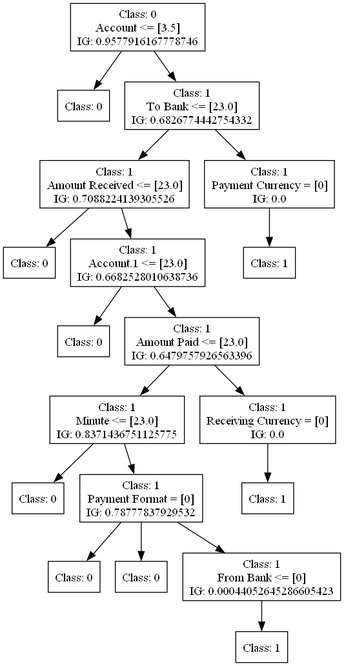
The Graphviz diagram dot_figs/tree-c45-oversampling.png in FedericoBruzzone/anti-money-laundering, before a commit. Its source is kept beside it as dot_figs/tree-c45-oversampling.dot. Its diagram source:
```dot
digraph DecisionTree {
	rankdir=TD;
	node [shape=box];
	2544059030336 [label="Class: 0
Account <= [3.5]
IG: 0.9577916167778746"];
	2544095765376 [label="Class: 0
"];
	2544059030336 -> 2544095765376;
	2544095765808 [label="Class: 1
To Bank <= [23.0]
IG: 0.6826774442754332"];
	2544059030336 -> 2544095765808;
	2544095769120 [label="Class: 1
Amount Received <= [23.0]
IG: 0.7088224139305526"];
	2544095765808 -> 2544095769120;
	2544095771424 [label="Class: 0
"];
	2544095769120 -> 2544095771424;
	2544095761248 [label="Class: 1
Account.1 <= [23.0]
IG: 0.6682528010638736"];
	2544095769120 -> 2544095761248;
	2544194997600 [label="Class: 0
"];
	2544095761248 -> 2544194997600;
	2544194998032 [label="Class: 1
Amount Paid <= [23.0]
IG: 0.6479757926563396"];
	2544095761248 -> 2544194998032;
	2544195000816 [label="Class: 1
Minute <= [23.0]
IG: 0.8371436751125775"];
	2544194998032 -> 2544195000816;
	2544195003600 [label="Class: 0
"];
	2544195000816 -> 2544195003600;
	2544195004032 [label="Class: 1
Payment Format = [0]
IG: 0.78777837929532"];
	2544195000816 -> 2544195004032;
	2544059038064 [label="Class: 0
"];
	2544195004032 -> 2544059038064;
	2544059039360 [label="Class: 0
"];
	2544195004032 -> 2544059039360;
	2544059033888 [label="Class: 1
From Bank <= [0]
IG: 0.00044052645286605423"];
	2544195004032 -> 2544059033888;
	2544095760240 [label="Class: 1
"];
	2544059033888 -> 2544095760240;
	2544195001248 [label="Class: 1
Receiving Currency = [0]
IG: 0.0"];
	2544194998032 -> 2544195001248;
	2544095763696 [label="Class: 1
"];
	2544195001248 -> 2544095763696;
	2544095769552 [label="Class: 1
Payment Currency = [0]
IG: 0.0"];
	2544095765808 -> 2544095769552;
	2544095763888 [label="Class: 1
"];
	2544095769552 -> 2544095763888;
}
```
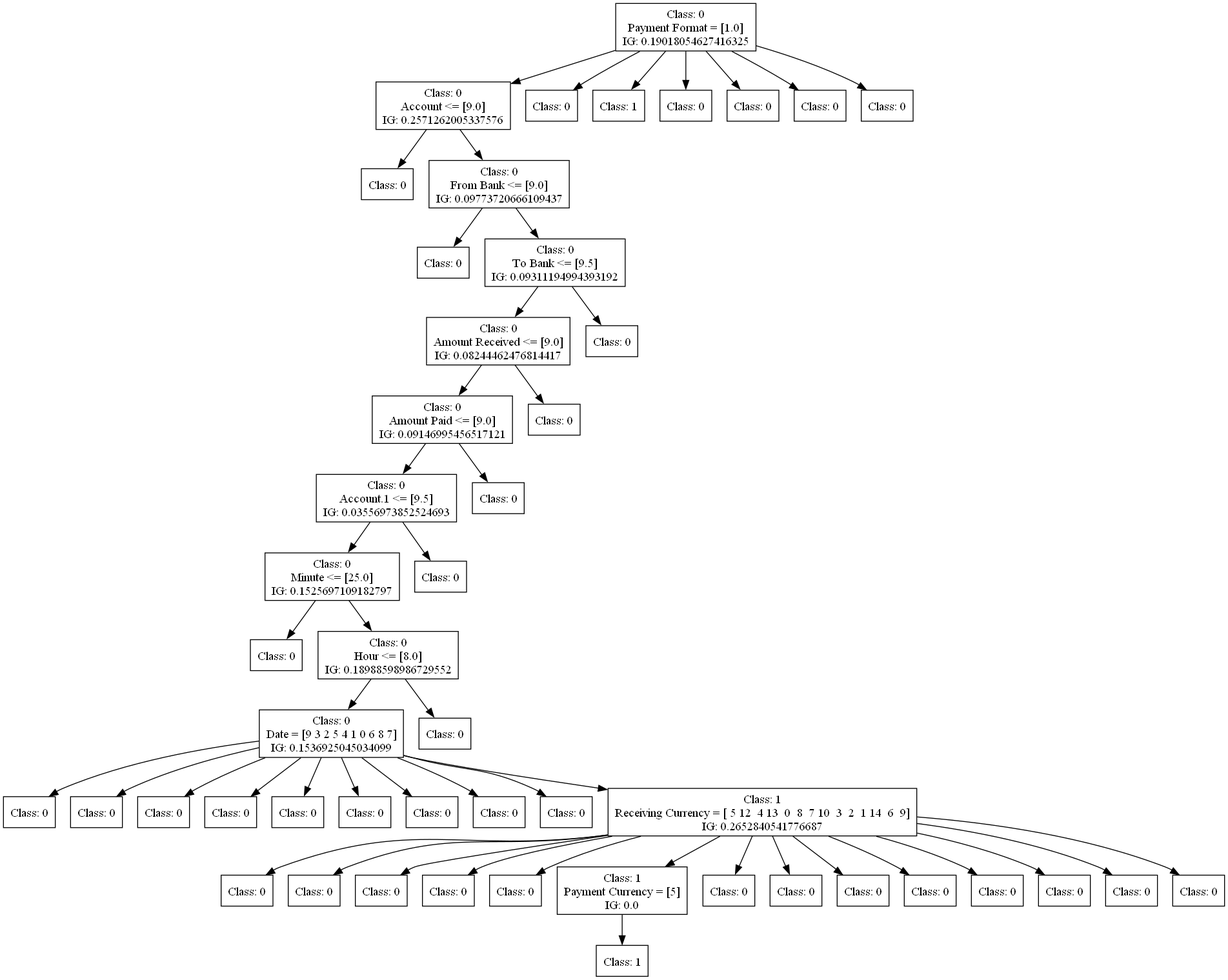
Later version of the same file.

Diff of the diagram source:
```diff
@@ -1,70 +1,162 @@
 digraph DecisionTree {
 	rankdir=TD;
 	node [shape=box];
-	2544059030336 [label="Class: 0
-Account <= [3.5]
-IG: 0.9577916167778746"];
-	2544095765376 [label="Class: 0
+	1901687963952 [label="Class: 0
+Payment Format = [1.0]
+IG: 0.19018054627416325"];
+	1901687692960 [label="Class: 0
+Account <= [9.0]
+IG: 0.2571262005337576"];
+	1901687963952 -> 1901687692960;
+	1901687693440 [label="Class: 0
 "];
-	2544059030336 -> 2544095765376;
-	2544095765808 [label="Class: 1
-To Bank <= [23.0]
-IG: 0.6826774442754332"];
-	2544059030336 -> 2544095765808;
-	2544095769120 [label="Class: 1
-Amount Received <= [23.0]
-IG: 0.7088224139305526"];
-	2544095765808 -> 2544095769120;
-	2544095771424 [label="Class: 0
+	1901687692960 -> 1901687693440;
+	1901687693872 [label="Class: 0
+From Bank <= [9.0]
+IG: 0.09773720666109437"];
+	1901687692960 -> 1901687693872;
+	1901687693584 [label="Class: 0
 "];
-	2544095769120 -> 2544095771424;
-	2544095761248 [label="Class: 1
-Account.1 <= [23.0]
-IG: 0.6682528010638736"];
-	2544095769120 -> 2544095761248;
-	2544194997600 [label="Class: 0
+	1901687693872 -> 1901687693584;
+	1901687694064 [label="Class: 0
+To Bank <= [9.5]
+IG: 0.09311194994393192"];
+	1901687693872 -> 1901687694064;
+	1901687693104 [label="Class: 0
+Amount Received <= [9.0]
+IG: 0.08244462476814417"];
+	1901687694064 -> 1901687693104;
+	1901687693056 [label="Class: 0
+Amount Paid <= [9.0]
+IG: 0.09146995456517121"];
+	1901687693104 -> 1901687693056;
+	1901687692384 [label="Class: 0
+Account.1 <= [9.5]
+IG: 0.03556973852524693"];
+	1901687693056 -> 1901687692384;
+	1901687691760 [label="Class: 0
+Minute <= [25.0]
+IG: 0.1525697109182797"];
+	1901687692384 -> 1901687691760;
+	1901687692048 [label="Class: 0
 "];
-	2544095761248 -> 2544194997600;
-	2544194998032 [label="Class: 1
-Amount Paid <= [23.0]
-IG: 0.6479757926563396"];
-	2544095761248 -> 2544194998032;
-	2544195000816 [label="Class: 1
-Minute <= [23.0]
-IG: 0.8371436751125775"];
-	2544194998032 -> 2544195000816;
-	2544195003600 [label="Class: 0
+	1901687691760 -> 1901687692048;
+	1901687700640 [label="Class: 0
+Hour <= [8.0]
+IG: 0.18988598986729552"];
+	1901687691760 -> 1901687700640;
+	1901687692624 [label="Class: 0
+Date = [9 3 2 5 4 1 0 6 8 7]
+IG: 0.1536925045034099"];
+	1901687700640 -> 1901687692624;
+	1901687700928 [label="Class: 0
 "];
-	2544195000816 -> 2544195003600;
-	2544195004032 [label="Class: 1
-Payment Format = [0]
-IG: 0.78777837929532"];
-	2544195000816 -> 2544195004032;
-	2544059038064 [label="Class: 0
+	1901687692624 -> 1901687700928;
+	1901687692144 [label="Class: 0
 "];
-	2544195004032 -> 2544059038064;
-	2544059039360 [label="Class: 0
+	1901687692624 -> 1901687692144;
+	1901687701072 [label="Class: 0
 "];
-	2544195004032 -> 2544059039360;
-	2544059033888 [label="Class: 1
-From Bank <= [0]
-IG: 0.00044052645286605423"];
-	2544195004032 -> 2544059033888;
-	2544095760240 [label="Class: 1
+	1901687692624 -> 1901687701072;
+	1901687700736 [label="Class: 0
 "];
-	2544059033888 -> 2544095760240;
-	2544195001248 [label="Class: 1
-Receiving Currency = [0]
+	1901687692624 -> 1901687700736;
+	1901687693968 [label="Class: 0
+"];
+	1901687692624 -> 1901687693968;
+	1901687693488 [label="Class: 0
+"];
+	1901687692624 -> 1901687693488;
+	1901687692576 [label="Class: 0
+"];
+	1901687692624 -> 1901687692576;
+	1901687701312 [label="Class: 0
+"];
+	1901687692624 -> 1901687701312;
+	1901687694016 [label="Class: 0
+"];
+	1901687692624 -> 1901687694016;
+	1901687694112 [label="Class: 1
+Receiving Currency = [ 5 12  4 13  0  8  7 10  3  2  1 14  6  9]
+IG: 0.2652840541776687"];
+	1901687692624 -> 1901687694112;
+	1901687700064 [label="Class: 0
+"];
+	1901687694112 -> 1901687700064;
+	1901687693728 [label="Class: 0
+"];
+	1901687694112 -> 1901687693728;
+	1901687692336 [label="Class: 0
+"];
+	1901687694112 -> 1901687692336;
+	1901687692096 [label="Class: 0
+"];
+	1901687694112 -> 1901687692096;
+	1901687691952 [label="Class: 0
+"];
+	1901687694112 -> 1901687691952;
+	1901687693344 [label="Class: 1
+Payment Currency = [5]
 IG: 0.0"];
-	2544194998032 -> 2544195001248;
-	2544095763696 [label="Class: 1
+	1901687694112 -> 1901687693344;
+	1901687699392 [label="Class: 1
 "];
-	2544195001248 -> 2544095763696;
-	2544095769552 [label="Class: 1
-Payment Currency = [0]
-IG: 0.0"];
-	2544095765808 -> 2544095769552;
-	2544095763888 [label="Class: 1
+	1901687693344 -> 1901687699392;
+	1901687691904 [label="Class: 0
 "];
-	2544095769552 -> 2544095763888;
+	1901687694112 -> 1901687691904;
+	1901687692816 [label="Class: 0
+"];
+	1901687694112 -> 1901687692816;
+	1901687691664 [label="Class: 0
+"];
+	1901687694112 -> 1901687691664;
+	1901687700688 [label="Class: 0
+"];
+	1901687694112 -> 1901687700688;
+	1901687700544 [label="Class: 0
+"];
+	1901687694112 -> 1901687700544;
+	1901687700256 [label="Class: 0
+"];
+	1901687694112 -> 1901687700256;
+	1901687700352 [label="Class: 0
+"];
+	1901687694112 -> 1901687700352;
+	1901687692240 [label="Class: 0
+"];
+	1901687694112 -> 1901687692240;
+	1901687700448 [label="Class: 0
+"];
+	1901687700640 -> 1901687700448;
+	1901687700832 [label="Class: 0
+"];
+	1901687692384 -> 1901687700832;
+	1901687701024 [label="Class: 0
+"];
+	1901687693056 -> 1901687701024;
+	1901687701216 [label="Class: 0
+"];
+	1901687693104 -> 1901687701216;
+	1901687701408 [label="Class: 0
+"];
+	1901687694064 -> 1901687701408;
+	1901687693296 [label="Class: 0
+"];
+	1901687963952 -> 1901687693296;
+	1901687692000 [label="Class: 1
+"];
+	1901687963952 -> 1901687692000;
+	1901687622384 [label="Class: 0
+"];
+	1901687963952 -> 1901687622384;
+	1901687692720 [label="Class: 0
+"];
+	1901687963952 -> 1901687692720;
+	1901687691616 [label="Class: 0
+"];
+	1901687963952 -> 1901687691616;
+	1901687692768 [label="Class: 0
+"];
+	1901687963952 -> 1901687692768;
 }
```
